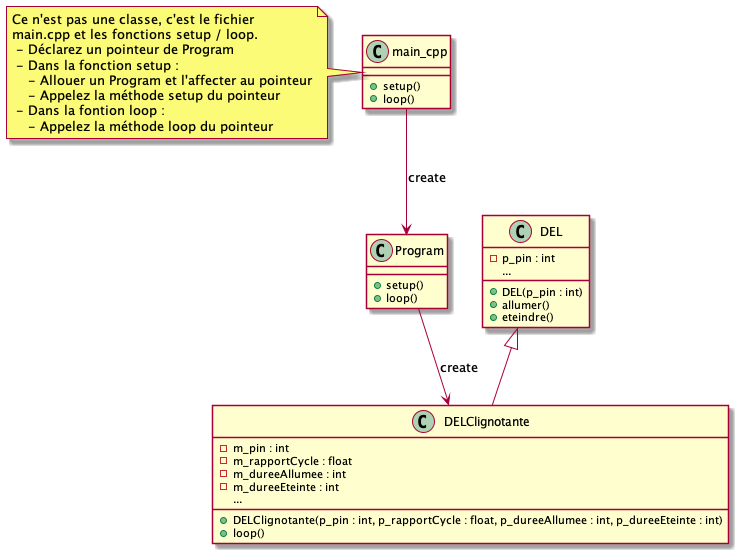
Earlier version of the PlantUML export images/Module04_ProgrammationSorties/diag/DELClignotante/DELClignotante_diagclasses.png (PiFou86/420-W48-SF).
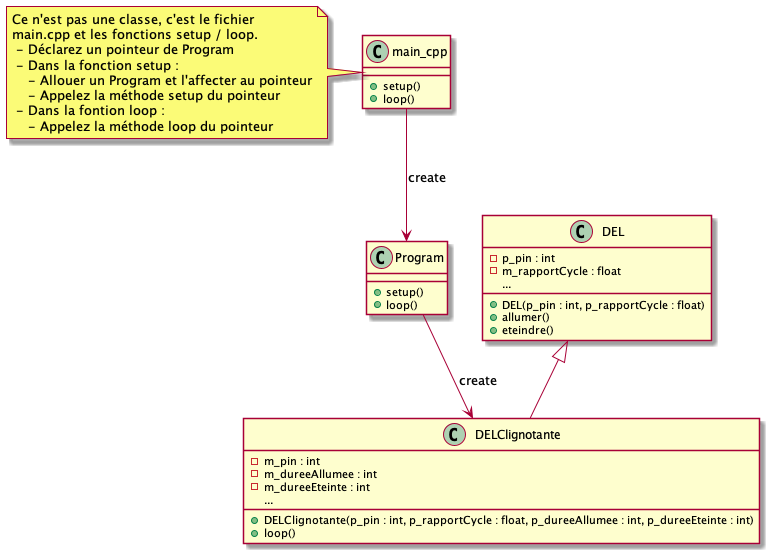
After the change.

What changed in the source:
```diff
@@ -23,15 +23,15 @@
 
 class DEL {
     - p_pin : int
+    - m_rapportCycle : float
     ...
-    + DEL(p_pin : int)
+    + DEL(p_pin : int, p_rapportCycle : float)
     + allumer()
     + eteindre()
 }
 
 class DELClignotante {
     - m_pin : int
-    - m_rapportCycle : float
     - m_dureeAllumee : int
     - m_dureeEteinte : int
     ...
```
